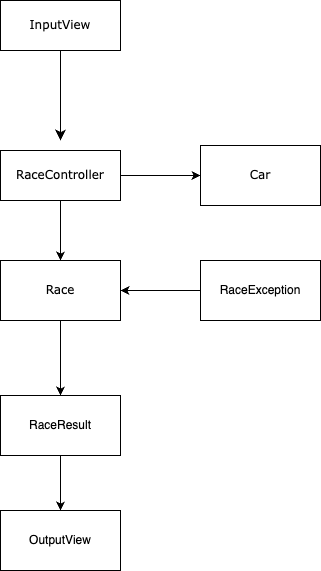
Before: docs/Diagram.png, a diagram exported from draw.io (woowacourse-precourse/java-racingcar-6). Source tidied: cells renumbered, new cells last; positions are measured from the earlier drawing's top-left corner, leaving out a move shared by most shapes.
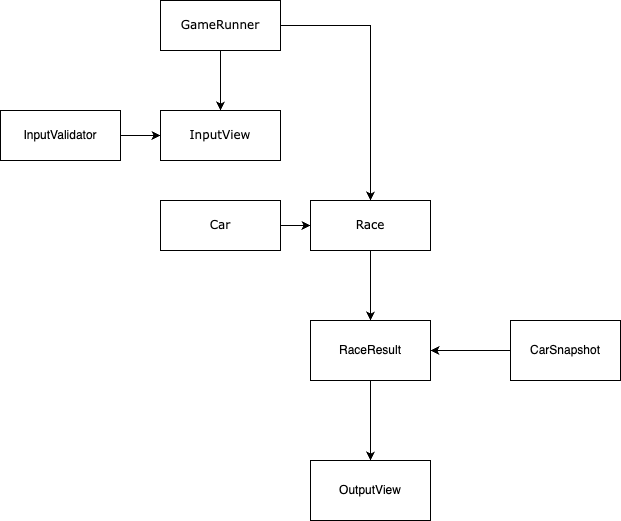
The same file after the commit.

Commit message:
fix(README): 기능 흐름도 누락목록 수정, 클래스 다이어그램 추가

Diff of the diagram source:
```diff
@@ -2,46 +2,50 @@
   <root>
     <mxCell id="0" />
     <mxCell id="1" parent="0" />
-    <mxCell id="2" style="edgeStyle=none;html=1;labelBackgroundColor=none;startFill=0;startSize=8;endFill=1;endSize=8;fontFamily=Verdana;fontSize=12;" parent="1" edge="1" source="3">
-      <mxGeometry relative="1" as="geometry">
-        <mxPoint x="60" y="140" as="targetPoint" />
-      </mxGeometry>
-    </mxCell>
     <mxCell id="3" value="InputView" style="whiteSpace=wrap;html=1;rounded=0;shadow=0;comic=0;labelBackgroundColor=none;strokeWidth=1;fontFamily=Verdana;fontSize=12;align=center;" parent="1" vertex="1">
-      <mxGeometry width="120" height="50" as="geometry" />
+      <mxGeometry x="-280" y="100" width="120" height="50" as="geometry" />
     </mxCell>
-    <mxCell id="4" style="edgeStyle=orthogonalEdgeStyle;rounded=0;jettySize=auto;html=1;" parent="1" edge="1" source="6" target="7">
-      <mxGeometry relative="1" as="geometry" />
-    </mxCell>
     <mxCell id="5" style="edgeStyle=orthogonalEdgeStyle;rounded=0;jettySize=auto;html=1;" parent="1" edge="1" source="6" target="9">
       <mxGeometry relative="1" as="geometry" />
     </mxCell>
-    <mxCell id="6" value="RaceController" style="whiteSpace=wrap;html=1;rounded=0;shadow=0;comic=0;labelBackgroundColor=none;strokeWidth=1;fontFamily=Verdana;fontSize=12;align=center;" parent="1" vertex="1">
-      <mxGeometry y="150" width="120" height="50" as="geometry" />
-    </mxCell>
+    <mxCell id="15" style="edgeStyle=orthogonalEdgeStyle;rounded=0;jettySize=auto;html=1;entryX=0;entryY=0.5;entryDx=0;entryDy=0;" parent="1" edge="1" source="7" target="9">
+      <mxGeometry relative="1" as="geometry" />
+    </mxCell>
     <mxCell id="7" value="Car" style="whiteSpace=wrap;html=1;fontFamily=Verdana;rounded=0;shadow=0;comic=0;labelBackgroundColor=none;strokeWidth=1;" parent="1" vertex="1">
-      <mxGeometry x="200" y="145" width="120" height="60" as="geometry" />
+      <mxGeometry x="-280" y="190" width="120" height="50" as="geometry" />
     </mxCell>
     <mxCell id="8" style="edgeStyle=orthogonalEdgeStyle;rounded=0;jettySize=auto;html=1;" parent="1" edge="1" source="9" target="14">
       <mxGeometry relative="1" as="geometry" />
     </mxCell>
     <mxCell id="9" value="Race" style="whiteSpace=wrap;html=1;fontFamily=Verdana;rounded=0;shadow=0;comic=0;labelBackgroundColor=none;strokeWidth=1;" parent="1" vertex="1">
-      <mxGeometry y="260" width="120" height="60" as="geometry" />
+      <mxGeometry x="-130" y="190" width="120" height="50" as="geometry" />
     </mxCell>
-    <mxCell id="10" style="edgeStyle=orthogonalEdgeStyle;rounded=0;jettySize=auto;html=1;entryX=1;entryY=0.5;entryDx=0;entryDy=0;" parent="1" edge="1" source="11" target="9">
-      <mxGeometry relative="1" as="geometry" />
-    </mxCell>
-    <mxCell id="11" value="RaceException" style="whiteSpace=wrap;html=1;" parent="1" vertex="1">
-      <mxGeometry x="200" y="260" width="120" height="60" as="geometry" />
-    </mxCell>
     <mxCell id="12" value="OutputView" style="whiteSpace=wrap;html=1;" parent="1" vertex="1">
-      <mxGeometry y="510" width="120" height="60" as="geometry" />
+      <mxGeometry x="-130" y="450" width="120" height="60" as="geometry" />
     </mxCell>
     <mxCell id="13" style="edgeStyle=orthogonalEdgeStyle;rounded=0;jettySize=auto;html=1;" parent="1" edge="1" source="14" target="12">
       <mxGeometry relative="1" as="geometry" />
     </mxCell>
     <mxCell id="14" value="RaceResult" style="whiteSpace=wrap;html=1;" parent="1" vertex="1">
-      <mxGeometry y="395" width="120" height="60" as="geometry" />
+      <mxGeometry x="-130" y="310" width="120" height="60" as="geometry" />
     </mxCell>
+    <mxCell id="16" style="edgeStyle=orthogonalEdgeStyle;rounded=0;jettySize=auto;html=1;entryX=0.5;entryY=0;entryDx=0;entryDy=0;" parent="1" edge="1" source="6" target="3">
+      <mxGeometry relative="1" as="geometry" />
+    </mxCell>
+    <mxCell id="6" value="GameRunner" style="whiteSpace=wrap;html=1;rounded=0;shadow=0;comic=0;labelBackgroundColor=none;strokeWidth=1;fontFamily=Verdana;fontSize=12;align=center;" parent="1" vertex="1">
+      <mxGeometry x="-280" y="-10" width="120" height="50" as="geometry" />
+    </mxCell>
+    <mxCell id="17" style="edgeStyle=orthogonalEdgeStyle;rounded=0;jettySize=auto;html=1;entryX=1;entryY=0.5;entryDx=0;entryDy=0;" parent="1" edge="1" source="18" target="14">
+      <mxGeometry relative="1" as="geometry" />
+    </mxCell>
+    <mxCell id="18" value="CarSnapshot" style="whiteSpace=wrap;html=1;" parent="1" vertex="1">
+      <mxGeometry x="70" y="310" width="110" height="60" as="geometry" />
+    </mxCell>
+    <mxCell id="19" style="edgeStyle=orthogonalEdgeStyle;rounded=0;jettySize=auto;html=1;entryX=0;entryY=0.5;entryDx=0;entryDy=0;" parent="1" edge="1" source="20" target="3">
+      <mxGeometry relative="1" as="geometry" />
+    </mxCell>
+    <mxCell id="20" value="InputValidator" style="whiteSpace=wrap;html=1;" parent="1" vertex="1">
+      <mxGeometry x="-440" y="100" width="120" height="50" as="geometry" />
+    </mxCell>
   </root>
 </mxGraphModel>
```
